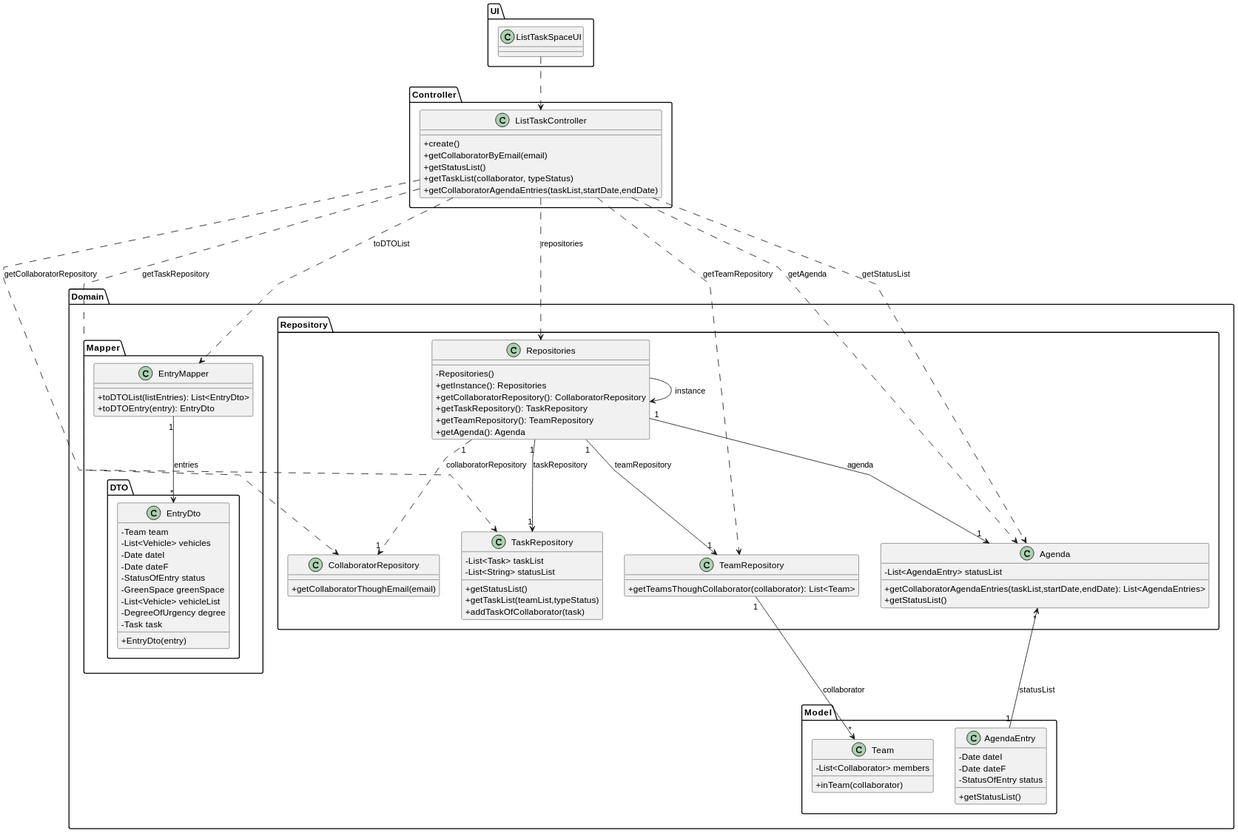
The PlantUML diagram docs/sprintC/us028/03.design/svg/us028-class-diagram.svg in diogoveirospro/lei-24-s2-1dg-g072, before a commit.
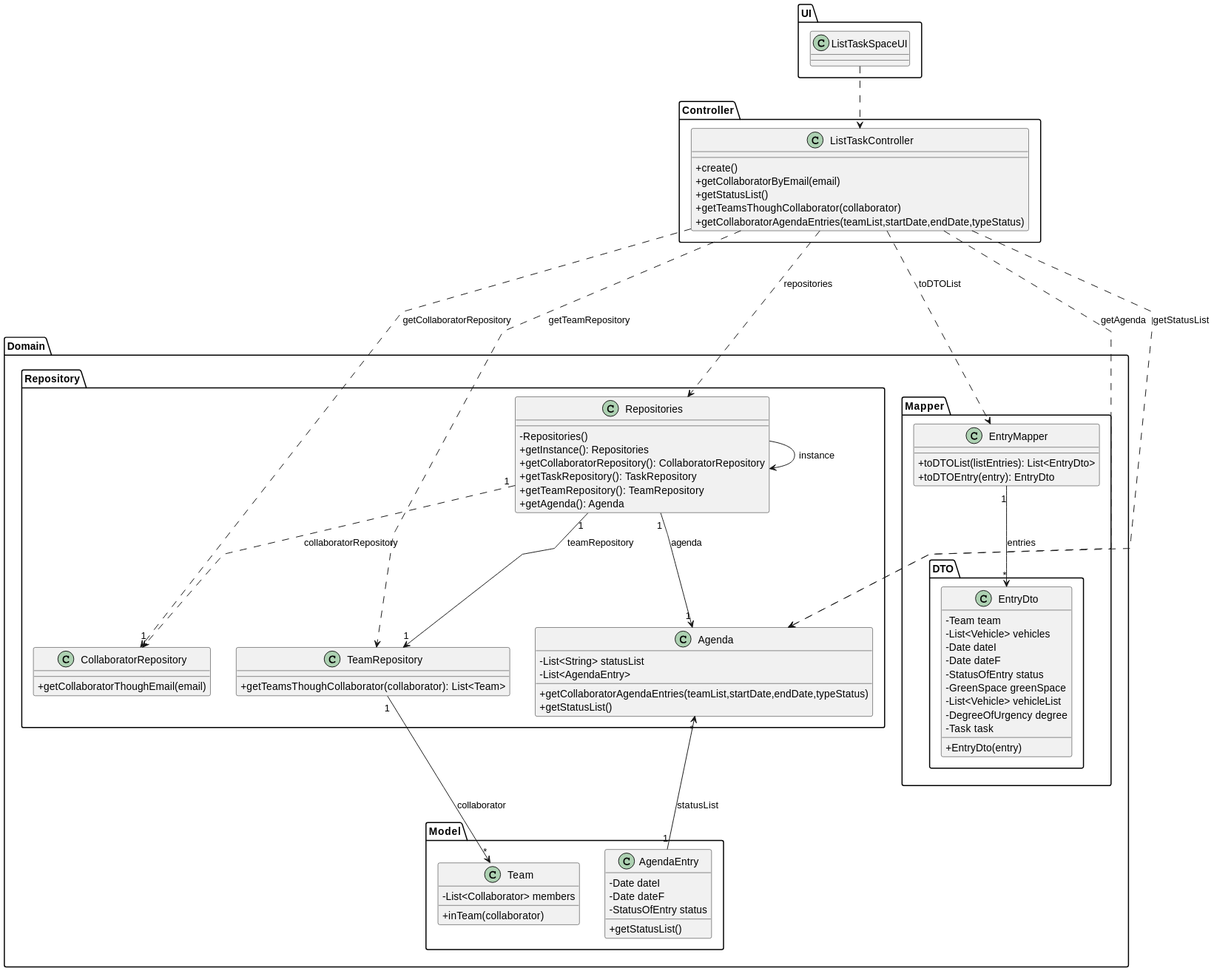
The same file after the commit.

What changed in the source:
```diff
@@ -13,8 +13,8 @@
     + create()
     + getCollaboratorByEmail(email)
     + getStatusList()
-    + getTaskList(collaborator, typeStatus)
-    + getCollaboratorAgendaEntries(taskList,startDate,endDate)
+    + getTeamsThoughCollaborator(collaborator)
+    + getCollaboratorAgendaEntries(teamList,startDate,endDate,typeStatus)
 }
 }
 
@@ -47,22 +47,16 @@
     + getCollaboratorThoughEmail(email)
 }
 
-class "TaskRepository" as taskRepository {
-    - List<Task> taskList
-    - List<String> statusList
-    + getStatusList()
-    + getTaskList(teamList,typeStatus)
-    + addTaskOfCollaborator(task)
-}
+
 
 class "TeamRepository" as teamRepository {
     + getTeamsThoughCollaborator(collaborator): List<Team>
 }
 
 class "Agenda" as agenda {
-    - List<AgendaEntry> statusList
-
-    + getCollaboratorAgendaEntries(taskList,startDate,endDate): List<AgendaEntries>
+    - List<String> statusList
+    - List<AgendaEntry>
+    + getCollaboratorAgendaEntries(teamList,startDate,endDate,typeStatus)
     + getStatusList()
 }
 }
@@ -92,13 +86,11 @@
 CTRL ..> RepositorySingleton : repositories
 RepositorySingleton --> RepositorySingleton : instance
 CTRL ..> collaboratorRepository: getCollaboratorRepository
-CTRL ..> taskRepository: getTaskRepository
 CTRL ..> teamRepository: getTeamRepository
 CTRL ..> agenda: getAgenda
 CTRL ..> MapperDto: toDTOList
 MapperDto "1" --> "*" DataTransferObject: entries
 RepositorySingleton "1" ..> "1" collaboratorRepository: collaboratorRepository
-RepositorySingleton "1" --> "1" taskRepository: taskRepository
 RepositorySingleton "1" --> "1" teamRepository: teamRepository
 RepositorySingleton "1" --> "1" agenda: agenda
 teamRepository "1" --> "*" Team: collaborator
```
